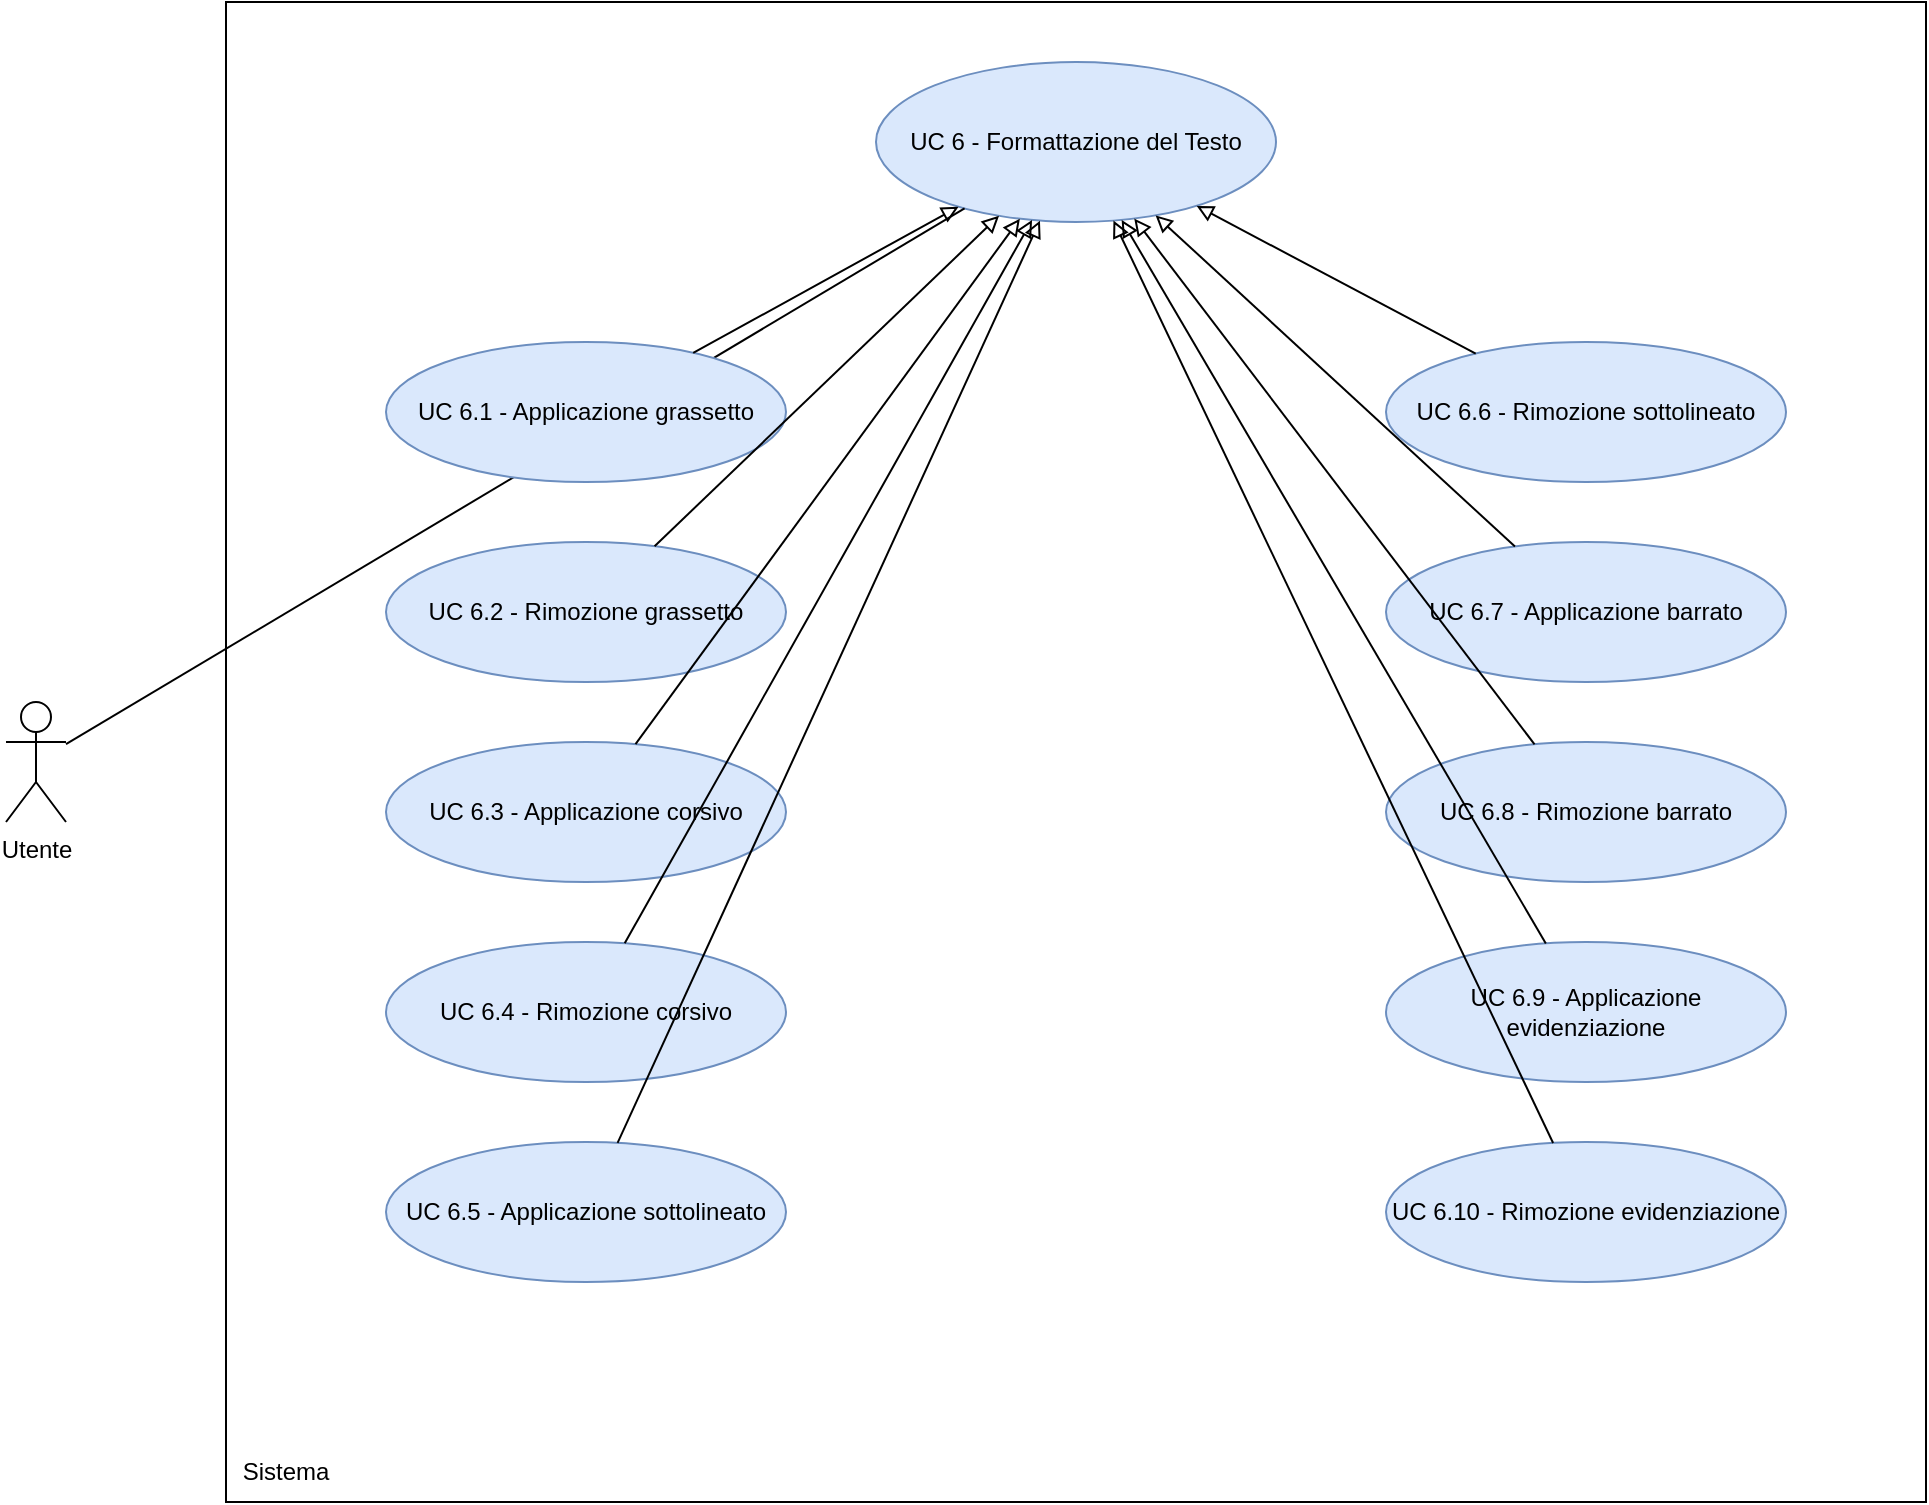
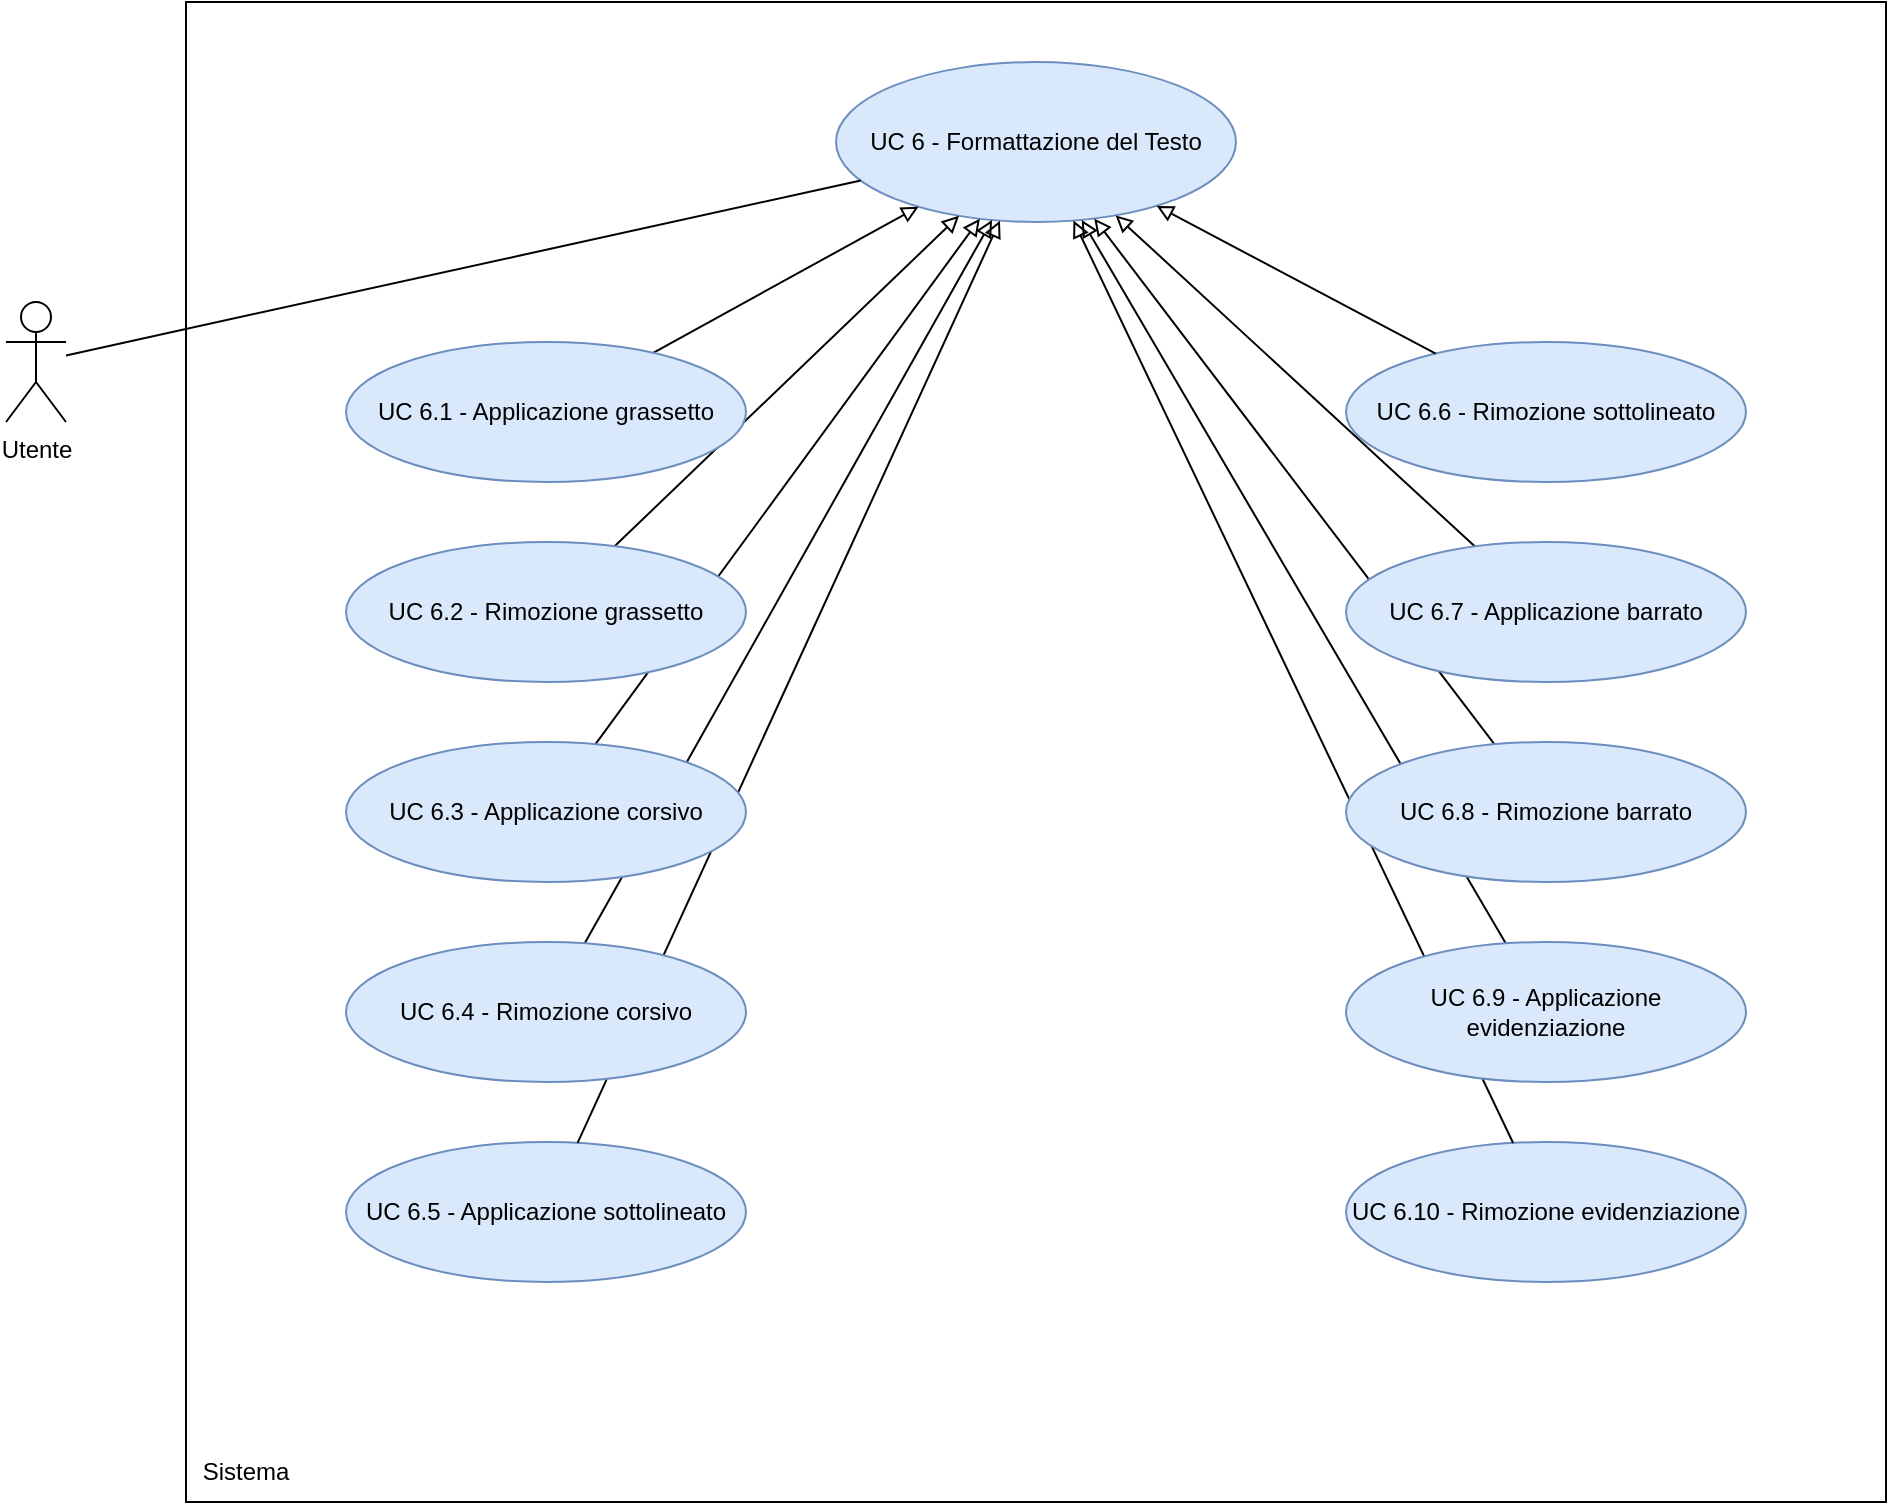
<mxfile host="app.diagrams.net">
  <diagram name="UC 11 - Gestione Codice" id="Kt2Dgr2KxfvWRwyXOeAN">
-     <mxGraphModel dx="1483" dy="1032" grid="1" gridSize="10" guides="1" tooltips="1" connect="1" arrows="1" fold="1" page="1" pageScale="1" pageWidth="850" pageHeight="1100" math="0" shadow="0">
+     <mxGraphModel dx="1249" dy="1889" grid="1" gridSize="10" guides="1" tooltips="1" connect="1" arrows="1" fold="1" page="1" pageScale="1" pageWidth="850" pageHeight="1100" math="0" shadow="0">
      <root>
        <mxCell id="0" />
        <mxCell id="1" parent="0" />
-         <mxCell id="RaLqJGYHGWQkEpiDzxTo-314" parent="1" style="shape=umlActor;verticalLabelPosition=bottom;verticalAlign=top;html=1;outlineConnect=0;" value="Utente" vertex="1">
-           <mxGeometry height="60" width="30" x="110" y="610" as="geometry" />
+         <mxCell id="p2sep0m7qQ60FvVHNfT_-587" parent="1" style="shape=umlActor;verticalLabelPosition=bottom;verticalAlign=top;html=1;outlineConnect=0;" value="Utente" vertex="1">
+           <mxGeometry height="60" width="30" x="20" y="110" as="geometry" />
        </mxCell>
-         <mxCell id="RaLqJGYHGWQkEpiDzxTo-315" parent="1" style="whiteSpace=wrap;html=1;aspect=fixed;" value="" vertex="1">
-           <mxGeometry height="750" width="850" x="220" y="260" as="geometry" />
+         <mxCell id="p2sep0m7qQ60FvVHNfT_-588" parent="1" style="whiteSpace=wrap;html=1;aspect=fixed;" value="" vertex="1">
+           <mxGeometry height="750" width="850" x="110" y="-40" as="geometry" />
        </mxCell>
-         <mxCell id="RaLqJGYHGWQkEpiDzxTo-316" parent="1" style="text;html=1;whiteSpace=wrap;strokeColor=none;fillColor=none;align=center;verticalAlign=middle;rounded=0;" value="Sistema" vertex="1">
-           <mxGeometry height="30" width="60" x="220" y="980" as="geometry" />
+         <mxCell id="p2sep0m7qQ60FvVHNfT_-589" parent="1" style="text;html=1;whiteSpace=wrap;strokeColor=none;fillColor=none;align=center;verticalAlign=middle;rounded=0;" value="Sistema" vertex="1">
+           <mxGeometry height="30" width="60" x="110" y="680" as="geometry" />
        </mxCell>
-         <mxCell id="RaLqJGYHGWQkEpiDzxTo-317" parent="1" style="ellipse;whiteSpace=wrap;html=1;fillColor=#dae8fc;strokeColor=#6c8ebf;" value="UC 6 - Formattazione del Testo" vertex="1">
-           <mxGeometry height="80" width="200" x="545" y="290" as="geometry" />
+         <mxCell id="p2sep0m7qQ60FvVHNfT_-590" parent="1" style="ellipse;whiteSpace=wrap;html=1;fillColor=#dae8fc;strokeColor=#6c8ebf;" value="UC 6 - Formattazione del Testo" vertex="1">
+           <mxGeometry height="80" width="200" x="435" y="-10" as="geometry" />
        </mxCell>
-         <mxCell id="RaLqJGYHGWQkEpiDzxTo-318" edge="1" parent="1" source="RaLqJGYHGWQkEpiDzxTo-314" style="edgeStyle=none;rounded=0;orthogonalLoop=1;jettySize=auto;html=1;endArrow=none;endFill=0;" target="RaLqJGYHGWQkEpiDzxTo-317">
+         <mxCell id="p2sep0m7qQ60FvVHNfT_-591" edge="1" parent="1" source="p2sep0m7qQ60FvVHNfT_-587" style="edgeStyle=none;rounded=0;orthogonalLoop=1;jettySize=auto;html=1;endArrow=none;endFill=0;" target="p2sep0m7qQ60FvVHNfT_-590">
          <mxGeometry relative="1" as="geometry" />
        </mxCell>
-         <mxCell id="RaLqJGYHGWQkEpiDzxTo-319" parent="1" style="ellipse;whiteSpace=wrap;html=1;fillColor=#dae8fc;strokeColor=#6c8ebf;" value="UC 6.1 - Applicazione grassetto" vertex="1">
-           <mxGeometry height="70" width="200" x="300" y="430" as="geometry" />
-         </mxCell>
-         <mxCell id="RaLqJGYHGWQkEpiDzxTo-320" edge="1" parent="1" source="RaLqJGYHGWQkEpiDzxTo-319" style="edgeStyle=none;rounded=0;orthogonalLoop=1;jettySize=auto;html=1;endArrow=block;endFill=0;" target="RaLqJGYHGWQkEpiDzxTo-317">
+         <mxCell id="p2sep0m7qQ60FvVHNfT_-593" edge="1" parent="1" source="p2sep0m7qQ60FvVHNfT_-592" style="edgeStyle=none;rounded=0;orthogonalLoop=1;jettySize=auto;html=1;endArrow=block;endFill=0;" target="p2sep0m7qQ60FvVHNfT_-590">
          <mxGeometry relative="1" as="geometry" />
        </mxCell>
-         <mxCell id="RaLqJGYHGWQkEpiDzxTo-321" parent="1" style="ellipse;whiteSpace=wrap;html=1;fillColor=#dae8fc;strokeColor=#6c8ebf;" value="UC 6.2 - Rimozione grassetto" vertex="1">
-           <mxGeometry height="70" width="200" x="300" y="530" as="geometry" />
-         </mxCell>
-         <mxCell id="RaLqJGYHGWQkEpiDzxTo-322" edge="1" parent="1" source="RaLqJGYHGWQkEpiDzxTo-321" style="edgeStyle=none;rounded=0;orthogonalLoop=1;jettySize=auto;html=1;endArrow=block;endFill=0;" target="RaLqJGYHGWQkEpiDzxTo-317">
+         <mxCell id="p2sep0m7qQ60FvVHNfT_-595" edge="1" parent="1" source="p2sep0m7qQ60FvVHNfT_-594" style="edgeStyle=none;rounded=0;orthogonalLoop=1;jettySize=auto;html=1;endArrow=block;endFill=0;" target="p2sep0m7qQ60FvVHNfT_-590">
          <mxGeometry relative="1" as="geometry" />
        </mxCell>
-         <mxCell id="RaLqJGYHGWQkEpiDzxTo-323" parent="1" style="ellipse;whiteSpace=wrap;html=1;fillColor=#dae8fc;strokeColor=#6c8ebf;" value="UC 6.3 - Applicazione corsivo" vertex="1">
-           <mxGeometry height="70" width="200" x="300" y="630" as="geometry" />
-         </mxCell>
-         <mxCell id="RaLqJGYHGWQkEpiDzxTo-324" edge="1" parent="1" source="RaLqJGYHGWQkEpiDzxTo-323" style="edgeStyle=none;rounded=0;orthogonalLoop=1;jettySize=auto;html=1;endArrow=block;endFill=0;" target="RaLqJGYHGWQkEpiDzxTo-317">
+         <mxCell id="p2sep0m7qQ60FvVHNfT_-597" edge="1" parent="1" source="p2sep0m7qQ60FvVHNfT_-596" style="edgeStyle=none;rounded=0;orthogonalLoop=1;jettySize=auto;html=1;endArrow=block;endFill=0;" target="p2sep0m7qQ60FvVHNfT_-590">
          <mxGeometry relative="1" as="geometry" />
        </mxCell>
-         <mxCell id="RaLqJGYHGWQkEpiDzxTo-325" parent="1" style="ellipse;whiteSpace=wrap;html=1;fillColor=#dae8fc;strokeColor=#6c8ebf;" value="UC 6.4 - Rimozione corsivo" vertex="1">
-           <mxGeometry height="70" width="200" x="300" y="730" as="geometry" />
-         </mxCell>
-         <mxCell id="RaLqJGYHGWQkEpiDzxTo-326" edge="1" parent="1" source="RaLqJGYHGWQkEpiDzxTo-325" style="edgeStyle=none;rounded=0;orthogonalLoop=1;jettySize=auto;html=1;endArrow=block;endFill=0;" target="RaLqJGYHGWQkEpiDzxTo-317">
+         <mxCell id="p2sep0m7qQ60FvVHNfT_-599" edge="1" parent="1" source="p2sep0m7qQ60FvVHNfT_-598" style="edgeStyle=none;rounded=0;orthogonalLoop=1;jettySize=auto;html=1;endArrow=block;endFill=0;" target="p2sep0m7qQ60FvVHNfT_-590">
          <mxGeometry relative="1" as="geometry" />
        </mxCell>
-         <mxCell id="RaLqJGYHGWQkEpiDzxTo-327" parent="1" style="ellipse;whiteSpace=wrap;html=1;fillColor=#dae8fc;strokeColor=#6c8ebf;" value="UC 6.5 - Applicazione sottolineato" vertex="1">
-           <mxGeometry height="70" width="200" x="300" y="830" as="geometry" />
+         <mxCell id="p2sep0m7qQ60FvVHNfT_-600" parent="1" style="ellipse;whiteSpace=wrap;html=1;fillColor=#dae8fc;strokeColor=#6c8ebf;" value="UC 6.5 - Applicazione sottolineato" vertex="1">
+           <mxGeometry height="70" width="200" x="190" y="530" as="geometry" />
        </mxCell>
-         <mxCell id="RaLqJGYHGWQkEpiDzxTo-328" edge="1" parent="1" source="RaLqJGYHGWQkEpiDzxTo-327" style="edgeStyle=none;rounded=0;orthogonalLoop=1;jettySize=auto;html=1;endArrow=block;endFill=0;" target="RaLqJGYHGWQkEpiDzxTo-317">
+         <mxCell id="p2sep0m7qQ60FvVHNfT_-601" edge="1" parent="1" source="p2sep0m7qQ60FvVHNfT_-600" style="edgeStyle=none;rounded=0;orthogonalLoop=1;jettySize=auto;html=1;endArrow=block;endFill=0;" target="p2sep0m7qQ60FvVHNfT_-590">
          <mxGeometry relative="1" as="geometry" />
        </mxCell>
-         <mxCell id="RaLqJGYHGWQkEpiDzxTo-329" parent="1" style="ellipse;whiteSpace=wrap;html=1;fillColor=#dae8fc;strokeColor=#6c8ebf;" value="UC 6.6 - Rimozione sottolineato" vertex="1">
-           <mxGeometry height="70" width="200" x="800" y="430" as="geometry" />
+         <mxCell id="p2sep0m7qQ60FvVHNfT_-602" parent="1" style="ellipse;whiteSpace=wrap;html=1;fillColor=#dae8fc;strokeColor=#6c8ebf;" value="UC 6.6 - Rimozione sottolineato" vertex="1">
+           <mxGeometry height="70" width="200" x="690" y="130" as="geometry" />
        </mxCell>
-         <mxCell id="RaLqJGYHGWQkEpiDzxTo-330" edge="1" parent="1" source="RaLqJGYHGWQkEpiDzxTo-329" style="edgeStyle=none;rounded=0;orthogonalLoop=1;jettySize=auto;html=1;endArrow=block;endFill=0;" target="RaLqJGYHGWQkEpiDzxTo-317">
+         <mxCell id="p2sep0m7qQ60FvVHNfT_-603" edge="1" parent="1" source="p2sep0m7qQ60FvVHNfT_-602" style="edgeStyle=none;rounded=0;orthogonalLoop=1;jettySize=auto;html=1;endArrow=block;endFill=0;" target="p2sep0m7qQ60FvVHNfT_-590">
          <mxGeometry relative="1" as="geometry" />
        </mxCell>
-         <mxCell id="RaLqJGYHGWQkEpiDzxTo-331" parent="1" style="ellipse;whiteSpace=wrap;html=1;fillColor=#dae8fc;strokeColor=#6c8ebf;" value="UC 6.7 - Applicazione barrato" vertex="1">
-           <mxGeometry height="70" width="200" x="800" y="530" as="geometry" />
-         </mxCell>
-         <mxCell id="RaLqJGYHGWQkEpiDzxTo-332" edge="1" parent="1" source="RaLqJGYHGWQkEpiDzxTo-331" style="edgeStyle=none;rounded=0;orthogonalLoop=1;jettySize=auto;html=1;endArrow=block;endFill=0;" target="RaLqJGYHGWQkEpiDzxTo-317">
+         <mxCell id="p2sep0m7qQ60FvVHNfT_-605" edge="1" parent="1" source="p2sep0m7qQ60FvVHNfT_-604" style="edgeStyle=none;rounded=0;orthogonalLoop=1;jettySize=auto;html=1;endArrow=block;endFill=0;" target="p2sep0m7qQ60FvVHNfT_-590">
          <mxGeometry relative="1" as="geometry" />
        </mxCell>
-         <mxCell id="RaLqJGYHGWQkEpiDzxTo-333" parent="1" style="ellipse;whiteSpace=wrap;html=1;fillColor=#dae8fc;strokeColor=#6c8ebf;" value="UC 6.8 - Rimozione barrato" vertex="1">
-           <mxGeometry height="70" width="200" x="800" y="630" as="geometry" />
-         </mxCell>
-         <mxCell id="RaLqJGYHGWQkEpiDzxTo-334" edge="1" parent="1" source="RaLqJGYHGWQkEpiDzxTo-333" style="edgeStyle=none;rounded=0;orthogonalLoop=1;jettySize=auto;html=1;endArrow=block;endFill=0;" target="RaLqJGYHGWQkEpiDzxTo-317">
+         <mxCell id="p2sep0m7qQ60FvVHNfT_-607" edge="1" parent="1" source="p2sep0m7qQ60FvVHNfT_-606" style="edgeStyle=none;rounded=0;orthogonalLoop=1;jettySize=auto;html=1;endArrow=block;endFill=0;" target="p2sep0m7qQ60FvVHNfT_-590">
          <mxGeometry relative="1" as="geometry" />
        </mxCell>
-         <mxCell id="RaLqJGYHGWQkEpiDzxTo-335" parent="1" style="ellipse;whiteSpace=wrap;html=1;fillColor=#dae8fc;strokeColor=#6c8ebf;" value="UC 6.9 - Applicazione evidenziazione" vertex="1">
-           <mxGeometry height="70" width="200" x="800" y="730" as="geometry" />
-         </mxCell>
-         <mxCell id="RaLqJGYHGWQkEpiDzxTo-336" edge="1" parent="1" source="RaLqJGYHGWQkEpiDzxTo-335" style="edgeStyle=none;rounded=0;orthogonalLoop=1;jettySize=auto;html=1;endArrow=block;endFill=0;" target="RaLqJGYHGWQkEpiDzxTo-317">
+         <mxCell id="p2sep0m7qQ60FvVHNfT_-609" edge="1" parent="1" source="p2sep0m7qQ60FvVHNfT_-608" style="edgeStyle=none;rounded=0;orthogonalLoop=1;jettySize=auto;html=1;endArrow=block;endFill=0;" target="p2sep0m7qQ60FvVHNfT_-590">
          <mxGeometry relative="1" as="geometry" />
        </mxCell>
-         <mxCell id="RaLqJGYHGWQkEpiDzxTo-337" parent="1" style="ellipse;whiteSpace=wrap;html=1;fillColor=#dae8fc;strokeColor=#6c8ebf;" value="UC 6.10 - Rimozione evidenziazione" vertex="1">
-           <mxGeometry height="70" width="200" x="800" y="830" as="geometry" />
+         <mxCell id="p2sep0m7qQ60FvVHNfT_-610" parent="1" style="ellipse;whiteSpace=wrap;html=1;fillColor=#dae8fc;strokeColor=#6c8ebf;" value="UC 6.10 - Rimozione evidenziazione" vertex="1">
+           <mxGeometry height="70" width="200" x="690" y="530" as="geometry" />
        </mxCell>
-         <mxCell id="RaLqJGYHGWQkEpiDzxTo-338" edge="1" parent="1" source="RaLqJGYHGWQkEpiDzxTo-337" style="edgeStyle=none;rounded=0;orthogonalLoop=1;jettySize=auto;html=1;endArrow=block;endFill=0;" target="RaLqJGYHGWQkEpiDzxTo-317">
+         <mxCell id="p2sep0m7qQ60FvVHNfT_-611" edge="1" parent="1" source="p2sep0m7qQ60FvVHNfT_-610" style="edgeStyle=none;rounded=0;orthogonalLoop=1;jettySize=auto;html=1;endArrow=block;endFill=0;" target="p2sep0m7qQ60FvVHNfT_-590">
          <mxGeometry relative="1" as="geometry" />
+         </mxCell>
+         <mxCell id="p2sep0m7qQ60FvVHNfT_-592" parent="1" style="ellipse;whiteSpace=wrap;html=1;fillColor=#dae8fc;strokeColor=#6c8ebf;" value="UC 6.1 - Applicazione grassetto" vertex="1">
+           <mxGeometry height="70" width="200" x="190" y="130" as="geometry" />
+         </mxCell>
+         <mxCell id="p2sep0m7qQ60FvVHNfT_-594" parent="1" style="ellipse;whiteSpace=wrap;html=1;fillColor=#dae8fc;strokeColor=#6c8ebf;" value="UC 6.2 - Rimozione grassetto" vertex="1">
+           <mxGeometry height="70" width="200" x="190" y="230" as="geometry" />
+         </mxCell>
+         <mxCell id="p2sep0m7qQ60FvVHNfT_-596" parent="1" style="ellipse;whiteSpace=wrap;html=1;fillColor=#dae8fc;strokeColor=#6c8ebf;" value="UC 6.3 - Applicazione corsivo" vertex="1">
+           <mxGeometry height="70" width="200" x="190" y="330" as="geometry" />
+         </mxCell>
+         <mxCell id="p2sep0m7qQ60FvVHNfT_-598" parent="1" style="ellipse;whiteSpace=wrap;html=1;fillColor=#dae8fc;strokeColor=#6c8ebf;" value="UC 6.4 - Rimozione corsivo" vertex="1">
+           <mxGeometry height="70" width="200" x="190" y="430" as="geometry" />
+         </mxCell>
+         <mxCell id="p2sep0m7qQ60FvVHNfT_-608" parent="1" style="ellipse;whiteSpace=wrap;html=1;fillColor=#dae8fc;strokeColor=#6c8ebf;" value="UC 6.9 - Applicazione evidenziazione" vertex="1">
+           <mxGeometry height="70" width="200" x="690" y="430" as="geometry" />
+         </mxCell>
+         <mxCell id="p2sep0m7qQ60FvVHNfT_-606" parent="1" style="ellipse;whiteSpace=wrap;html=1;fillColor=#dae8fc;strokeColor=#6c8ebf;" value="UC 6.8 - Rimozione barrato" vertex="1">
+           <mxGeometry height="70" width="200" x="690" y="330" as="geometry" />
+         </mxCell>
+         <mxCell id="p2sep0m7qQ60FvVHNfT_-604" parent="1" style="ellipse;whiteSpace=wrap;html=1;fillColor=#dae8fc;strokeColor=#6c8ebf;" value="UC 6.7 - Applicazione barrato" vertex="1">
+           <mxGeometry height="70" width="200" x="690" y="230" as="geometry" />
        </mxCell>
      </root>
    </mxGraphModel>
  </diagram>
</mxfile>
